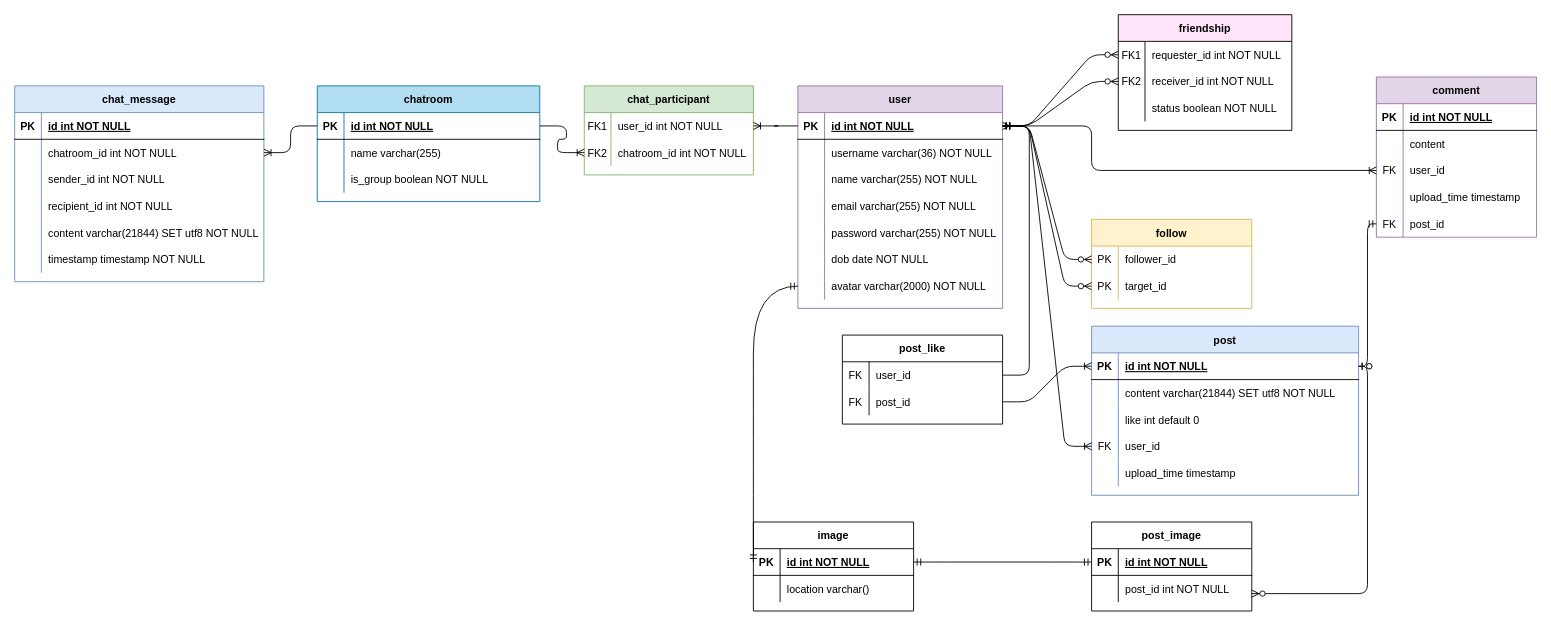
Above: fakebook.drawio in hoangvu03081/Fakebook (draw.io), before the change. Source tidied: cells renumbered, new cells numbered last; positions are measured from the earlier drawing's top-left corner, leaving out a move shared by most shapes. Both pictures are drawn from the tidied source at 89%, with x=0, y=0 at pixel (14, 14).
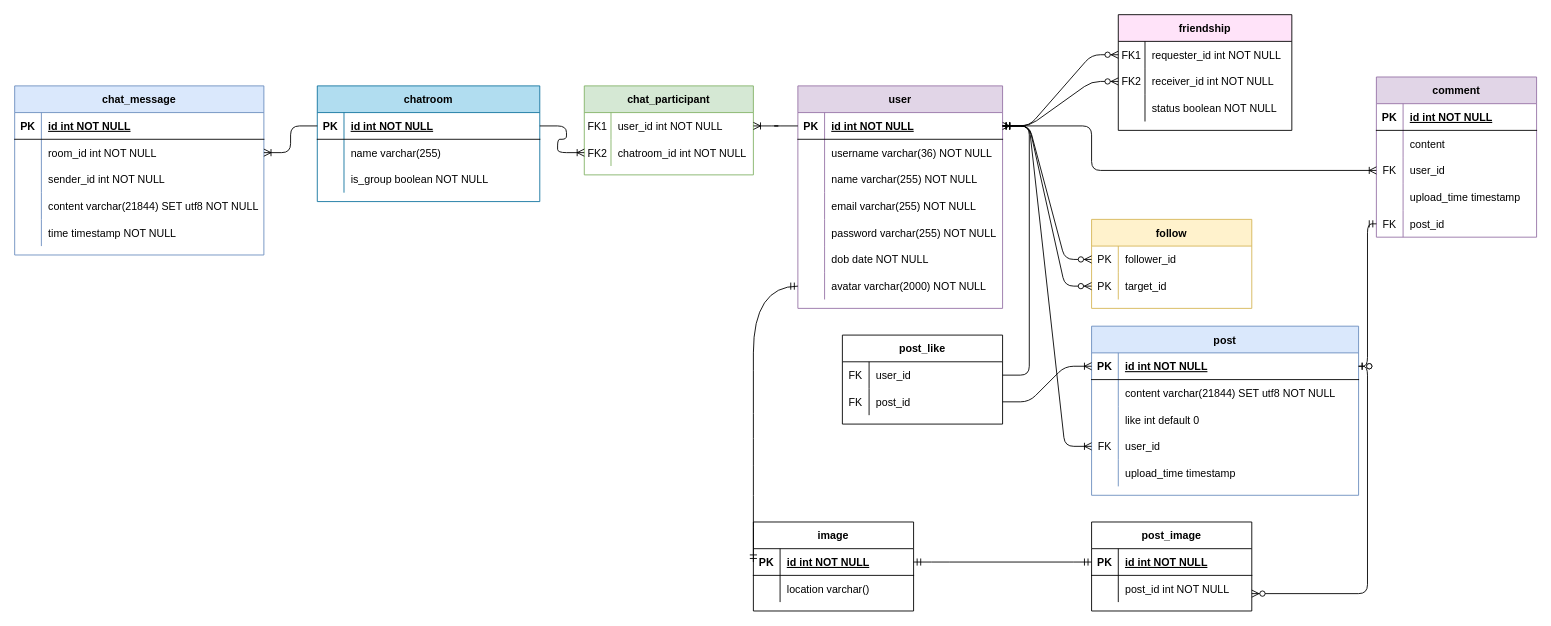
The same diagram, later.

Unchanged cells that the change refers to:
```xml
<mxCell id="16" style="shape=partialRectangle;fillColor=none;points=[[0,0.5],[1,0.5]];portConstraint=eastwest;top=0;left=0;right=0;bottom=0;" parent="12" vertex="1">
  <mxGeometry y="60" width="280" height="30" as="geometry" />
</mxCell>
```

The edit, as a diff of the source:
```diff
@@
     <mxCell id="12" value="chat_message" style="shape=table;startSize=30;childLayout=tableLayout;rowLines=0;fontStyle=1;align=center;fillColor=#dae8fc;strokeColor=#6c8ebf;" parent="1" vertex="1">
-      <mxGeometry y="80" width="280" height="220" as="geometry" />
+      <mxGeometry y="80" width="280" height="190" as="geometry" />
     </mxCell>
@@
-    <mxCell id="18" value="chatroom_id int NOT NULL" style="shape=partialRectangle;overflow=hidden;fillColor=none;top=0;left=0;bottom=0;right=0;align=left;spacingLeft=6;" parent="16" vertex="1">
+    <mxCell id="18" value="room_id int NOT NULL" style="shape=partialRectangle;overflow=hidden;fillColor=none;top=0;left=0;bottom=0;right=0;align=left;spacingLeft=6;" parent="16" vertex="1">
       <mxGeometry x="30" width="250" height="30" as="geometry" />
     </mxCell>
@@
-    <mxCell id="22" style="shape=partialRectangle;fillColor=none;top=0;left=0;right=0;bottom=0;" parent="12" vertex="1">
-      <mxGeometry y="120" width="280" height="30" as="geometry" />
-    </mxCell>
-    <mxCell id="23" style="shape=partialRectangle;overflow=hidden;fillColor=none;top=0;left=0;bottom=0;right=0;" parent="22" vertex="1">
-      <mxGeometry width="30" height="30" as="geometry" />
-    </mxCell>
-    <mxCell id="24" value="recipient_id int NOT NULL" style="shape=partialRectangle;overflow=hidden;fillColor=none;top=0;left=0;bottom=0;right=0;align=left;spacingLeft=6;" parent="22" vertex="1">
-      <mxGeometry x="30" width="250" height="30" as="geometry" />
-    </mxCell>
     <mxCell id="25" style="shape=partialRectangle;fillColor=none;top=0;left=0;right=0;bottom=0;" parent="12" vertex="1">
-      <mxGeometry y="150" width="280" height="30" as="geometry" />
+      <mxGeometry y="120" width="280" height="30" as="geometry" />
     </mxCell>
@@
     <mxCell id="28" style="shape=partialRectangle;fillColor=none;top=0;left=0;right=0;bottom=0;" parent="12" vertex="1">
-      <mxGeometry y="180" width="280" height="30" as="geometry" />
+      <mxGeometry y="150" width="280" height="30" as="geometry" />
     </mxCell>
@@
-    <mxCell id="30" value="timestamp timestamp NOT NULL" style="shape=partialRectangle;overflow=hidden;fillColor=none;top=0;left=0;bottom=0;right=0;align=left;spacingLeft=6;" parent="28" vertex="1">
+    <mxCell id="30" value="time timestamp NOT NULL" style="shape=partialRectangle;overflow=hidden;fillColor=none;top=0;left=0;bottom=0;right=0;align=left;spacingLeft=6;" parent="28" vertex="1">
       <mxGeometry x="30" width="250" height="30" as="geometry" />
     </mxCell>
```
